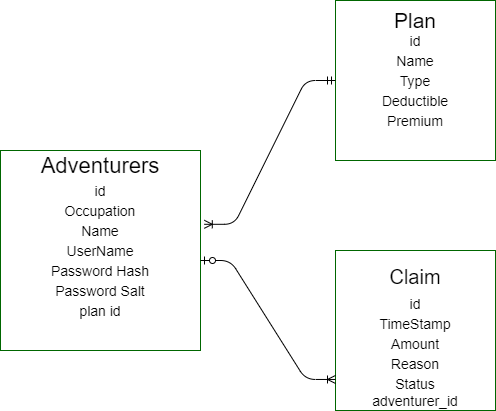
Earlier version of the draw.io export wireframe/erd.drawio.png (eSuminski/TeamAdventure). Source tidied: cells renumbered, new cells last; positions are measured from the earlier drawing's top-left corner, leaving out a move shared by most shapes. The source it was exported from:
```xml
<mxGraphModel>
  <root>
    <mxCell id="0" />
    <mxCell id="1" parent="0" />
    <mxCell id="2" style="whiteSpace=wrap;html=1;strokeColor=#006600;" parent="1" vertex="1">
      <mxGeometry y="150" width="200" height="200" as="geometry" />
    </mxCell>
    <mxCell id="3" value="&lt;font style=&quot;font-size: 22px&quot;&gt;Adventurers&lt;/font&gt;" style="text;html=1;strokeColor=none;fillColor=none;align=center;verticalAlign=middle;whiteSpace=wrap;rounded=0;" parent="1" vertex="1">
      <mxGeometry x="30" y="140" width="140" height="50" as="geometry" />
    </mxCell>
    <mxCell id="4" style="whiteSpace=wrap;html=1;strokeColor=#006600;" parent="1" vertex="1">
      <mxGeometry x="335" width="160" height="160" as="geometry" />
    </mxCell>
    <mxCell id="5" value="&lt;font style=&quot;font-size: 21px&quot;&gt;Plan&lt;/font&gt;" style="text;html=1;strokeColor=none;fillColor=none;align=center;verticalAlign=middle;whiteSpace=wrap;rounded=0;" parent="1" vertex="1">
      <mxGeometry x="365" y="10" width="100" height="20" as="geometry" />
    </mxCell>
    <mxCell id="6" style="whiteSpace=wrap;html=1;strokeColor=#006600;" parent="1" vertex="1">
      <mxGeometry x="335" y="250" width="160" height="160" as="geometry" />
    </mxCell>
    <mxCell id="7" value="&lt;font style=&quot;font-size: 20px&quot;&gt;Claim&lt;/font&gt;" style="text;html=1;strokeColor=none;fillColor=none;align=center;verticalAlign=middle;whiteSpace=wrap;rounded=0;" parent="1" vertex="1">
      <mxGeometry x="350" y="260" width="130" height="32.5" as="geometry" />
    </mxCell>
    <mxCell id="8" style="edgeStyle=entityRelationEdgeStyle;fontSize=12;html=1;endArrow=ERoneToMany;startArrow=ERzeroToOne;entryX=0;entryY=0.806;entryDx=0;entryDy=0;entryPerimeter=0;" parent="1" edge="1" target="6">
      <mxGeometry relative="1" as="geometry">
        <mxPoint x="200" y="260" as="sourcePoint" />
      </mxGeometry>
    </mxCell>
    <mxCell id="9" style="edgeStyle=entityRelationEdgeStyle;fontSize=12;html=1;endArrow=ERoneToMany;startArrow=ERmandOne;entryX=1.019;entryY=0.369;entryDx=0;entryDy=0;entryPerimeter=0;exitX=0;exitY=0.5;exitDx=0;exitDy=0;" parent="1" edge="1" source="4" target="2">
      <mxGeometry relative="1" as="geometry" />
    </mxCell>
    <mxCell id="10" value="&lt;font style=&quot;font-size: 14px&quot;&gt;Occupation&lt;/font&gt;" style="text;html=1;strokeColor=none;fillColor=none;align=center;verticalAlign=middle;whiteSpace=wrap;rounded=0;" parent="1" vertex="1">
      <mxGeometry x="50" y="200" width="100" height="20" as="geometry" />
    </mxCell>
    <mxCell id="11" value="&lt;font style=&quot;font-size: 14px&quot;&gt;Name&lt;/font&gt;" style="text;html=1;strokeColor=none;fillColor=none;align=center;verticalAlign=middle;whiteSpace=wrap;rounded=0;" parent="1" vertex="1">
      <mxGeometry x="50" y="220" width="100" height="20" as="geometry" />
    </mxCell>
    <mxCell id="12" value="&lt;font style=&quot;font-size: 14px&quot;&gt;UserName&lt;/font&gt;" style="text;html=1;strokeColor=none;fillColor=none;align=center;verticalAlign=middle;whiteSpace=wrap;rounded=0;" parent="1" vertex="1">
      <mxGeometry x="50" y="240" width="100" height="20" as="geometry" />
    </mxCell>
    <mxCell id="13" value="&lt;font style=&quot;font-size: 14px&quot;&gt;Password Hash&lt;/font&gt;" style="text;html=1;strokeColor=none;fillColor=none;align=center;verticalAlign=middle;whiteSpace=wrap;rounded=0;" parent="1" vertex="1">
      <mxGeometry x="30" y="260" width="140" height="20" as="geometry" />
    </mxCell>
    <mxCell id="14" value="&lt;font style=&quot;font-size: 14px&quot;&gt;Password Salt&lt;/font&gt;" style="text;html=1;strokeColor=none;fillColor=none;align=center;verticalAlign=middle;whiteSpace=wrap;rounded=0;" parent="1" vertex="1">
      <mxGeometry x="40" y="280" width="120" height="20" as="geometry" />
    </mxCell>
    <mxCell id="15" value="&lt;font style=&quot;font-size: 14px&quot;&gt;id&lt;/font&gt;" style="text;html=1;strokeColor=none;fillColor=none;align=center;verticalAlign=middle;whiteSpace=wrap;rounded=0;" parent="1" vertex="1">
      <mxGeometry x="50" y="180" width="100" height="20" as="geometry" />
    </mxCell>
    <mxCell id="16" value="&lt;font style=&quot;font-size: 14px&quot;&gt;id&lt;/font&gt;" style="text;html=1;strokeColor=none;fillColor=none;align=center;verticalAlign=middle;whiteSpace=wrap;rounded=0;" parent="1" vertex="1">
      <mxGeometry x="365" y="30" width="100" height="20" as="geometry" />
    </mxCell>
    <mxCell id="17" value="&lt;font style=&quot;font-size: 14px&quot;&gt;Name&lt;/font&gt;" style="text;html=1;strokeColor=none;fillColor=none;align=center;verticalAlign=middle;whiteSpace=wrap;rounded=0;" parent="1" vertex="1">
      <mxGeometry x="365" y="50" width="100" height="20" as="geometry" />
    </mxCell>
    <mxCell id="18" value="&lt;font style=&quot;font-size: 14px&quot;&gt;Type&lt;/font&gt;" style="text;html=1;strokeColor=none;fillColor=none;align=center;verticalAlign=middle;whiteSpace=wrap;rounded=0;" parent="1" vertex="1">
      <mxGeometry x="365" y="70" width="100" height="20" as="geometry" />
    </mxCell>
    <mxCell id="19" value="&lt;font style=&quot;font-size: 14px&quot;&gt;Deductible&lt;/font&gt;" style="text;html=1;strokeColor=none;fillColor=none;align=center;verticalAlign=middle;whiteSpace=wrap;rounded=0;" parent="1" vertex="1">
      <mxGeometry x="365" y="90" width="100" height="20" as="geometry" />
    </mxCell>
    <mxCell id="20" value="&lt;font style=&quot;font-size: 14px&quot;&gt;Premium&lt;/font&gt;" style="text;html=1;strokeColor=none;fillColor=none;align=center;verticalAlign=middle;whiteSpace=wrap;rounded=0;" parent="1" vertex="1">
      <mxGeometry x="365" y="110" width="100" height="20" as="geometry" />
    </mxCell>
    <mxCell id="21" value="&lt;font style=&quot;font-size: 14px&quot;&gt;id&lt;/font&gt;" style="text;html=1;strokeColor=none;fillColor=none;align=center;verticalAlign=middle;whiteSpace=wrap;rounded=0;" parent="1" vertex="1">
      <mxGeometry x="365" y="292.5" width="100" height="20" as="geometry" />
    </mxCell>
    <mxCell id="22" value="&lt;span style=&quot;font-size: 14px&quot;&gt;TimeStamp&lt;/span&gt;" style="text;html=1;strokeColor=none;fillColor=none;align=center;verticalAlign=middle;whiteSpace=wrap;rounded=0;" parent="1" vertex="1">
      <mxGeometry x="365" y="312.5" width="100" height="20" as="geometry" />
    </mxCell>
    <mxCell id="23" value="&lt;font style=&quot;font-size: 14px&quot;&gt;Amount&lt;/font&gt;" style="text;html=1;strokeColor=none;fillColor=none;align=center;verticalAlign=middle;whiteSpace=wrap;rounded=0;" parent="1" vertex="1">
      <mxGeometry x="365" y="332.5" width="100" height="20" as="geometry" />
    </mxCell>
    <mxCell id="24" value="&lt;font style=&quot;font-size: 14px&quot;&gt;Reason&lt;/font&gt;" style="text;html=1;strokeColor=none;fillColor=none;align=center;verticalAlign=middle;whiteSpace=wrap;rounded=0;" parent="1" vertex="1">
      <mxGeometry x="365" y="352.5" width="100" height="20" as="geometry" />
    </mxCell>
    <mxCell id="25" value="&lt;font style=&quot;font-size: 14px&quot;&gt;Status&lt;/font&gt;" style="text;html=1;strokeColor=none;fillColor=none;align=center;verticalAlign=middle;whiteSpace=wrap;rounded=0;" parent="1" vertex="1">
      <mxGeometry x="365" y="372.5" width="100" height="20" as="geometry" />
    </mxCell>
    <mxCell id="26" value="&lt;font style=&quot;font-size: 14px&quot;&gt;adventurer_id&lt;/font&gt;" style="text;html=1;strokeColor=none;fillColor=none;align=center;verticalAlign=middle;whiteSpace=wrap;rounded=0;" parent="1" vertex="1">
      <mxGeometry x="365" y="390" width="100" height="20" as="geometry" />
    </mxCell>
    <mxCell id="27" value="&lt;font style=&quot;font-size: 14px&quot;&gt;plan id&lt;br&gt;&lt;/font&gt;" style="text;html=1;strokeColor=none;fillColor=none;align=center;verticalAlign=middle;whiteSpace=wrap;rounded=0;" parent="1" vertex="1">
      <mxGeometry x="50" y="300" width="100" height="20" as="geometry" />
    </mxCell>
  </root>
</mxGraphModel>
```
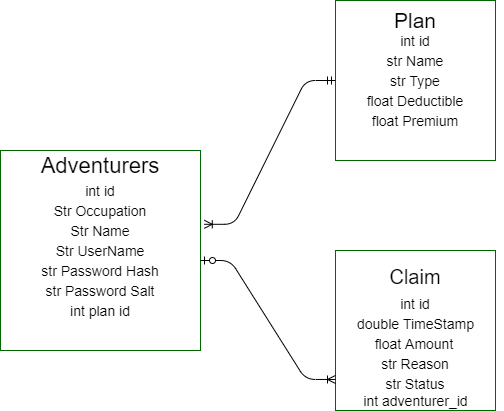
After the commit.

Commit message:
updated erd with types

Change to the diagram source:
```diff
@@ -28,58 +28,58 @@
     <mxCell id="9" style="edgeStyle=entityRelationEdgeStyle;fontSize=12;html=1;endArrow=ERoneToMany;startArrow=ERmandOne;entryX=1.019;entryY=0.369;entryDx=0;entryDy=0;entryPerimeter=0;exitX=0;exitY=0.5;exitDx=0;exitDy=0;" parent="1" edge="1" source="4" target="2">
       <mxGeometry relative="1" as="geometry" />
     </mxCell>
-    <mxCell id="10" value="&lt;font style=&quot;font-size: 14px&quot;&gt;Occupation&lt;/font&gt;" style="text;html=1;strokeColor=none;fillColor=none;align=center;verticalAlign=middle;whiteSpace=wrap;rounded=0;" parent="1" vertex="1">
+    <mxCell id="10" value="&lt;font style=&quot;font-size: 14px&quot;&gt;Str Occupation&lt;/font&gt;" style="text;html=1;strokeColor=none;fillColor=none;align=center;verticalAlign=middle;whiteSpace=wrap;rounded=0;" parent="1" vertex="1">
       <mxGeometry x="50" y="200" width="100" height="20" as="geometry" />
     </mxCell>
-    <mxCell id="11" value="&lt;font style=&quot;font-size: 14px&quot;&gt;Name&lt;/font&gt;" style="text;html=1;strokeColor=none;fillColor=none;align=center;verticalAlign=middle;whiteSpace=wrap;rounded=0;" parent="1" vertex="1">
+    <mxCell id="11" value="&lt;font style=&quot;font-size: 14px&quot;&gt;Str Name&lt;/font&gt;" style="text;html=1;strokeColor=none;fillColor=none;align=center;verticalAlign=middle;whiteSpace=wrap;rounded=0;" parent="1" vertex="1">
       <mxGeometry x="50" y="220" width="100" height="20" as="geometry" />
     </mxCell>
-    <mxCell id="12" value="&lt;font style=&quot;font-size: 14px&quot;&gt;UserName&lt;/font&gt;" style="text;html=1;strokeColor=none;fillColor=none;align=center;verticalAlign=middle;whiteSpace=wrap;rounded=0;" parent="1" vertex="1">
+    <mxCell id="12" value="&lt;font style=&quot;font-size: 14px&quot;&gt;Str UserName&lt;/font&gt;" style="text;html=1;strokeColor=none;fillColor=none;align=center;verticalAlign=middle;whiteSpace=wrap;rounded=0;" parent="1" vertex="1">
       <mxGeometry x="50" y="240" width="100" height="20" as="geometry" />
     </mxCell>
-    <mxCell id="13" value="&lt;font style=&quot;font-size: 14px&quot;&gt;Password Hash&lt;/font&gt;" style="text;html=1;strokeColor=none;fillColor=none;align=center;verticalAlign=middle;whiteSpace=wrap;rounded=0;" parent="1" vertex="1">
+    <mxCell id="13" value="&lt;font style=&quot;font-size: 14px&quot;&gt;str Password Hash&lt;/font&gt;" style="text;html=1;strokeColor=none;fillColor=none;align=center;verticalAlign=middle;whiteSpace=wrap;rounded=0;" parent="1" vertex="1">
       <mxGeometry x="30" y="260" width="140" height="20" as="geometry" />
     </mxCell>
-    <mxCell id="14" value="&lt;font style=&quot;font-size: 14px&quot;&gt;Password Salt&lt;/font&gt;" style="text;html=1;strokeColor=none;fillColor=none;align=center;verticalAlign=middle;whiteSpace=wrap;rounded=0;" parent="1" vertex="1">
+    <mxCell id="14" value="&lt;font style=&quot;font-size: 14px&quot;&gt;str Password Salt&lt;/font&gt;" style="text;html=1;strokeColor=none;fillColor=none;align=center;verticalAlign=middle;whiteSpace=wrap;rounded=0;" parent="1" vertex="1">
       <mxGeometry x="40" y="280" width="120" height="20" as="geometry" />
     </mxCell>
-    <mxCell id="15" value="&lt;font style=&quot;font-size: 14px&quot;&gt;id&lt;/font&gt;" style="text;html=1;strokeColor=none;fillColor=none;align=center;verticalAlign=middle;whiteSpace=wrap;rounded=0;" parent="1" vertex="1">
+    <mxCell id="15" value="&lt;font style=&quot;font-size: 14px&quot;&gt;int id&lt;/font&gt;" style="text;html=1;strokeColor=none;fillColor=none;align=center;verticalAlign=middle;whiteSpace=wrap;rounded=0;" parent="1" vertex="1">
       <mxGeometry x="50" y="180" width="100" height="20" as="geometry" />
     </mxCell>
-    <mxCell id="16" value="&lt;font style=&quot;font-size: 14px&quot;&gt;id&lt;/font&gt;" style="text;html=1;strokeColor=none;fillColor=none;align=center;verticalAlign=middle;whiteSpace=wrap;rounded=0;" parent="1" vertex="1">
+    <mxCell id="16" value="&lt;font style=&quot;font-size: 14px&quot;&gt;int id&lt;/font&gt;" style="text;html=1;strokeColor=none;fillColor=none;align=center;verticalAlign=middle;whiteSpace=wrap;rounded=0;" parent="1" vertex="1">
       <mxGeometry x="365" y="30" width="100" height="20" as="geometry" />
     </mxCell>
-    <mxCell id="17" value="&lt;font style=&quot;font-size: 14px&quot;&gt;Name&lt;/font&gt;" style="text;html=1;strokeColor=none;fillColor=none;align=center;verticalAlign=middle;whiteSpace=wrap;rounded=0;" parent="1" vertex="1">
+    <mxCell id="17" value="&lt;font style=&quot;font-size: 14px&quot;&gt;str Name&lt;/font&gt;" style="text;html=1;strokeColor=none;fillColor=none;align=center;verticalAlign=middle;whiteSpace=wrap;rounded=0;" parent="1" vertex="1">
       <mxGeometry x="365" y="50" width="100" height="20" as="geometry" />
     </mxCell>
-    <mxCell id="18" value="&lt;font style=&quot;font-size: 14px&quot;&gt;Type&lt;/font&gt;" style="text;html=1;strokeColor=none;fillColor=none;align=center;verticalAlign=middle;whiteSpace=wrap;rounded=0;" parent="1" vertex="1">
+    <mxCell id="18" value="&lt;font style=&quot;font-size: 14px&quot;&gt;str Type&lt;/font&gt;" style="text;html=1;strokeColor=none;fillColor=none;align=center;verticalAlign=middle;whiteSpace=wrap;rounded=0;" parent="1" vertex="1">
       <mxGeometry x="365" y="70" width="100" height="20" as="geometry" />
     </mxCell>
-    <mxCell id="19" value="&lt;font style=&quot;font-size: 14px&quot;&gt;Deductible&lt;/font&gt;" style="text;html=1;strokeColor=none;fillColor=none;align=center;verticalAlign=middle;whiteSpace=wrap;rounded=0;" parent="1" vertex="1">
+    <mxCell id="19" value="&lt;font style=&quot;font-size: 14px&quot;&gt;float Deductible&lt;/font&gt;" style="text;html=1;strokeColor=none;fillColor=none;align=center;verticalAlign=middle;whiteSpace=wrap;rounded=0;" parent="1" vertex="1">
       <mxGeometry x="365" y="90" width="100" height="20" as="geometry" />
     </mxCell>
-    <mxCell id="20" value="&lt;font style=&quot;font-size: 14px&quot;&gt;Premium&lt;/font&gt;" style="text;html=1;strokeColor=none;fillColor=none;align=center;verticalAlign=middle;whiteSpace=wrap;rounded=0;" parent="1" vertex="1">
+    <mxCell id="20" value="&lt;font style=&quot;font-size: 14px&quot;&gt;float Premium&lt;/font&gt;" style="text;html=1;strokeColor=none;fillColor=none;align=center;verticalAlign=middle;whiteSpace=wrap;rounded=0;" parent="1" vertex="1">
       <mxGeometry x="365" y="110" width="100" height="20" as="geometry" />
     </mxCell>
-    <mxCell id="21" value="&lt;font style=&quot;font-size: 14px&quot;&gt;id&lt;/font&gt;" style="text;html=1;strokeColor=none;fillColor=none;align=center;verticalAlign=middle;whiteSpace=wrap;rounded=0;" parent="1" vertex="1">
+    <mxCell id="21" value="&lt;font style=&quot;font-size: 14px&quot;&gt;int id&lt;/font&gt;" style="text;html=1;strokeColor=none;fillColor=none;align=center;verticalAlign=middle;whiteSpace=wrap;rounded=0;" parent="1" vertex="1">
       <mxGeometry x="365" y="292.5" width="100" height="20" as="geometry" />
     </mxCell>
-    <mxCell id="22" value="&lt;span style=&quot;font-size: 14px&quot;&gt;TimeStamp&lt;/span&gt;" style="text;html=1;strokeColor=none;fillColor=none;align=center;verticalAlign=middle;whiteSpace=wrap;rounded=0;" parent="1" vertex="1">
-      <mxGeometry x="365" y="312.5" width="100" height="20" as="geometry" />
+    <mxCell id="22" value="&lt;span style=&quot;font-size: 14px&quot;&gt;double TimeStamp&lt;/span&gt;" style="text;html=1;strokeColor=none;fillColor=none;align=center;verticalAlign=middle;whiteSpace=wrap;rounded=0;" parent="1" vertex="1">
+      <mxGeometry x="327.5" y="312.5" width="175" height="20" as="geometry" />
     </mxCell>
-    <mxCell id="23" value="&lt;font style=&quot;font-size: 14px&quot;&gt;Amount&lt;/font&gt;" style="text;html=1;strokeColor=none;fillColor=none;align=center;verticalAlign=middle;whiteSpace=wrap;rounded=0;" parent="1" vertex="1">
-      <mxGeometry x="365" y="332.5" width="100" height="20" as="geometry" />
+    <mxCell id="23" value="&lt;font style=&quot;font-size: 14px&quot;&gt;float Amount&lt;/font&gt;" style="text;html=1;strokeColor=none;fillColor=none;align=center;verticalAlign=middle;whiteSpace=wrap;rounded=0;" parent="1" vertex="1">
+      <mxGeometry x="364" y="332.5" width="100" height="20" as="geometry" />
     </mxCell>
-    <mxCell id="24" value="&lt;font style=&quot;font-size: 14px&quot;&gt;Reason&lt;/font&gt;" style="text;html=1;strokeColor=none;fillColor=none;align=center;verticalAlign=middle;whiteSpace=wrap;rounded=0;" parent="1" vertex="1">
+    <mxCell id="24" value="&lt;font style=&quot;font-size: 14px&quot;&gt;str Reason&lt;/font&gt;" style="text;html=1;strokeColor=none;fillColor=none;align=center;verticalAlign=middle;whiteSpace=wrap;rounded=0;" parent="1" vertex="1">
       <mxGeometry x="365" y="352.5" width="100" height="20" as="geometry" />
     </mxCell>
-    <mxCell id="25" value="&lt;font style=&quot;font-size: 14px&quot;&gt;Status&lt;/font&gt;" style="text;html=1;strokeColor=none;fillColor=none;align=center;verticalAlign=middle;whiteSpace=wrap;rounded=0;" parent="1" vertex="1">
+    <mxCell id="25" value="&lt;font style=&quot;font-size: 14px&quot;&gt;str Status&lt;/font&gt;" style="text;html=1;strokeColor=none;fillColor=none;align=center;verticalAlign=middle;whiteSpace=wrap;rounded=0;" parent="1" vertex="1">
       <mxGeometry x="365" y="372.5" width="100" height="20" as="geometry" />
     </mxCell>
-    <mxCell id="26" value="&lt;font style=&quot;font-size: 14px&quot;&gt;adventurer_id&lt;/font&gt;" style="text;html=1;strokeColor=none;fillColor=none;align=center;verticalAlign=middle;whiteSpace=wrap;rounded=0;" parent="1" vertex="1">
-      <mxGeometry x="365" y="390" width="100" height="20" as="geometry" />
+    <mxCell id="26" value="&lt;font style=&quot;font-size: 14px&quot;&gt;int adventurer_id&lt;/font&gt;" style="text;html=1;strokeColor=none;fillColor=none;align=center;verticalAlign=middle;whiteSpace=wrap;rounded=0;" parent="1" vertex="1">
+      <mxGeometry x="347.5" y="390" width="135" height="20" as="geometry" />
     </mxCell>
-    <mxCell id="27" value="&lt;font style=&quot;font-size: 14px&quot;&gt;plan id&lt;br&gt;&lt;/font&gt;" style="text;html=1;strokeColor=none;fillColor=none;align=center;verticalAlign=middle;whiteSpace=wrap;rounded=0;" parent="1" vertex="1">
+    <mxCell id="27" value="&lt;font style=&quot;font-size: 14px&quot;&gt;int plan id&lt;br&gt;&lt;/font&gt;" style="text;html=1;strokeColor=none;fillColor=none;align=center;verticalAlign=middle;whiteSpace=wrap;rounded=0;" parent="1" vertex="1">
       <mxGeometry x="50" y="300" width="100" height="20" as="geometry" />
     </mxCell>
   </root>
```
